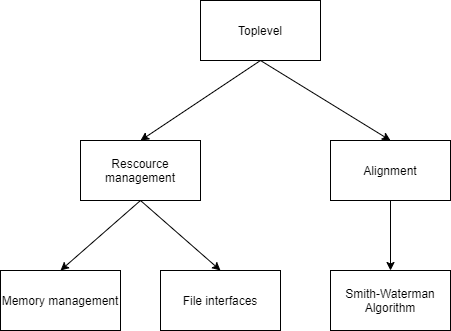
Above: fig/systemImplementation/organigram.png in robinno/ThesisReport (draw.io), before the change. Source tidied: cells renumbered, new cells last; positions are measured from the earlier drawing's top-left corner, leaving out a move shared by most shapes. Source of this version:
```xml
<mxGraphModel>
  <root>
    <mxCell id="0" />
    <mxCell id="1" parent="0" />
    <mxCell id="2" value="Alignment" style="rounded=0;whiteSpace=wrap;html=1;" parent="1" vertex="1">
      <mxGeometry x="330" y="140" width="120" height="60" as="geometry" />
    </mxCell>
    <mxCell id="3" value="Rescource management" style="rounded=0;whiteSpace=wrap;html=1;" parent="1" vertex="1">
      <mxGeometry x="80" y="140" width="120" height="60" as="geometry" />
    </mxCell>
    <mxCell id="4" value="Toplevel" style="rounded=0;whiteSpace=wrap;html=1;" parent="1" vertex="1">
      <mxGeometry x="200" width="120" height="60" as="geometry" />
    </mxCell>
    <mxCell id="5" value="Memory management" style="rounded=0;whiteSpace=wrap;html=1;" parent="1" vertex="1">
      <mxGeometry y="270" width="120" height="60" as="geometry" />
    </mxCell>
    <mxCell id="6" value="File interfaces" style="rounded=0;whiteSpace=wrap;html=1;" parent="1" vertex="1">
      <mxGeometry x="160" y="270" width="120" height="60" as="geometry" />
    </mxCell>
    <mxCell id="7" value="Smith-Waterman Algorithm" style="rounded=0;whiteSpace=wrap;html=1;" parent="1" vertex="1">
      <mxGeometry x="330" y="270" width="120" height="60" as="geometry" />
    </mxCell>
    <mxCell id="8" style="endArrow=classic;html=1;entryX=0.5;entryY=0;entryDx=0;entryDy=0;exitX=0.5;exitY=1;exitDx=0;exitDy=0;" parent="1" edge="1" source="3" target="5">
      <mxGeometry relative="1" as="geometry" />
    </mxCell>
    <mxCell id="9" style="endArrow=classic;html=1;exitX=0.5;exitY=1;exitDx=0;exitDy=0;entryX=0.5;entryY=0;entryDx=0;entryDy=0;" parent="1" edge="1" source="3" target="6">
      <mxGeometry relative="1" as="geometry" />
    </mxCell>
    <mxCell id="10" style="endArrow=classic;html=1;entryX=0.5;entryY=0;entryDx=0;entryDy=0;exitX=0.5;exitY=1;exitDx=0;exitDy=0;" parent="1" edge="1" source="4" target="3">
      <mxGeometry relative="1" as="geometry" />
    </mxCell>
    <mxCell id="11" style="endArrow=classic;html=1;exitX=0.5;exitY=1;exitDx=0;exitDy=0;entryX=0.5;entryY=0;entryDx=0;entryDy=0;" parent="1" edge="1" source="4" target="2">
      <mxGeometry relative="1" as="geometry" />
    </mxCell>
    <mxCell id="12" style="endArrow=classic;html=1;exitX=0.5;exitY=1;exitDx=0;exitDy=0;entryX=0.5;entryY=0;entryDx=0;entryDy=0;" parent="1" edge="1" source="2" target="7">
      <mxGeometry relative="1" as="geometry" />
    </mxCell>
  </root>
</mxGraphModel>
```
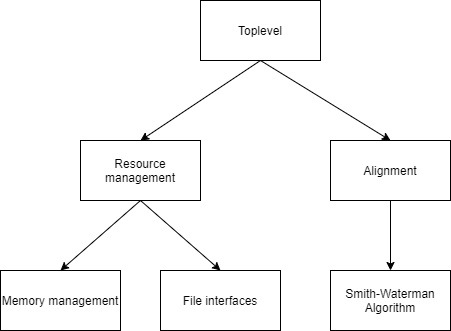
Later version of the same file.

What changed in the source:
```diff
@@ -5,7 +5,7 @@
     <mxCell id="2" value="Alignment" style="rounded=0;whiteSpace=wrap;html=1;" parent="1" vertex="1">
       <mxGeometry x="330" y="140" width="120" height="60" as="geometry" />
     </mxCell>
-    <mxCell id="3" value="Rescource management" style="rounded=0;whiteSpace=wrap;html=1;" parent="1" vertex="1">
+    <mxCell id="3" value="Resource management" style="rounded=0;whiteSpace=wrap;html=1;" parent="1" vertex="1">
       <mxGeometry x="80" y="140" width="120" height="60" as="geometry" />
     </mxCell>
     <mxCell id="4" value="Toplevel" style="rounded=0;whiteSpace=wrap;html=1;" parent="1" vertex="1">
```
